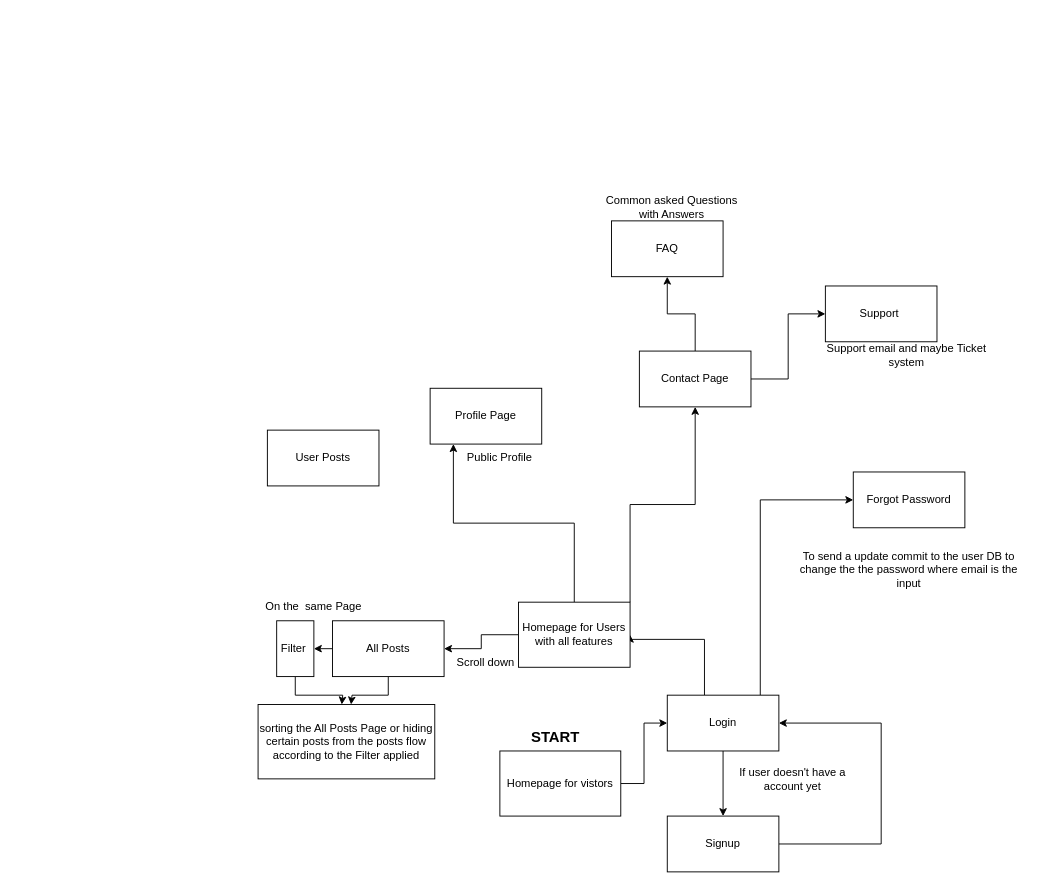
sonnabananana/website keeps this draw.io diagram as Website_flow.drawio. Above is the earlier version. Source tidied: cells renumbered, new cells numbered last; positions are measured from the earlier drawing's top-left corner, leaving out a move shared by most shapes. Both pictures are drawn from the tidied source at 93%, with x=0, y=0 at pixel (248, 193).
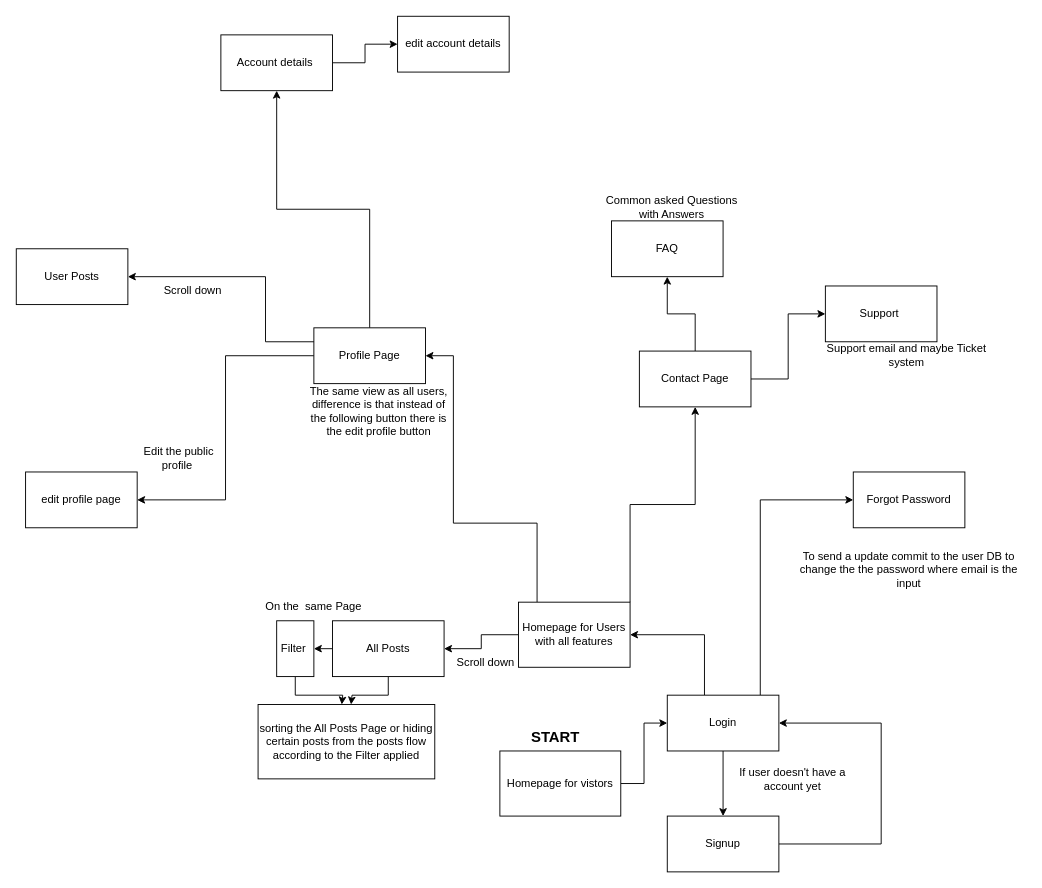
After the change.

Unchanged cells that the change refers to:
```xml
<mxCell id="7" value="Login" style="rounded=0;whiteSpace=wrap;html=1;" parent="1" vertex="1">
  <mxGeometry x="450" y="540" width="120" height="60" as="geometry" />
</mxCell>
<mxCell id="14" value="Homepage for Users with all features" style="rounded=0;whiteSpace=wrap;html=1;" parent="1" vertex="1">
  <mxGeometry x="290" y="440" width="120" height="70" as="geometry" />
</mxCell>
<mxCell id="21" value="Forgot Password" style="rounded=0;whiteSpace=wrap;html=1;" parent="1" vertex="1">
  <mxGeometry x="650" y="300" width="120" height="60" as="geometry" />
</mxCell>
```

What changed in the source:
```diff
@@
+    <mxCell id="6" style="edgeStyle=orthogonalEdgeStyle;rounded=0;jettySize=auto;html=1;entryX=0;entryY=0.5;entryDx=0;entryDy=0;" parent="1" edge="1" source="7" target="21">
+      <mxGeometry relative="1" as="geometry">
+        <Array as="points">
+          <mxPoint x="550" y="330" />
+        </Array>
+      </mxGeometry>
+    </mxCell>
     <mxCell id="5" style="edgeStyle=orthogonalEdgeStyle;rounded=0;jettySize=auto;html=1;entryX=1;entryY=0.5;entryDx=0;entryDy=0;" parent="1" edge="1" source="7" target="14">
       <mxGeometry relative="1" as="geometry">
         <Array as="points">
-          <mxPoint x="490" y="480" />
+          <mxPoint x="490" y="475" />
         </Array>
       </mxGeometry>
     </mxCell>
-    <mxCell id="6" style="edgeStyle=orthogonalEdgeStyle;rounded=0;jettySize=auto;html=1;entryX=0;entryY=0.5;entryDx=0;entryDy=0;" parent="1" edge="1" source="7" target="21">
-      <mxGeometry relative="1" as="geometry">
-        <Array as="points">
-          <mxPoint x="550" y="330" />
-        </Array>
-      </mxGeometry>
-    </mxCell>
@@
     <mxCell id="13" style="edgeStyle=orthogonalEdgeStyle;rounded=0;jettySize=auto;html=1;" parent="1" edge="1" source="14" target="33">
       <mxGeometry relative="1" as="geometry">
         <Array as="points">
-          <mxPoint x="350" y="355" />
+          <mxPoint x="310" y="355" />
           <mxPoint x="220" y="355" />
+          <mxPoint x="220" y="175" />
         </Array>
       </mxGeometry>
     </mxCell>
@@
+    <mxCell id="36" style="edgeStyle=orthogonalEdgeStyle;rounded=0;jettySize=auto;html=1;entryX=1;entryY=0.5;entryDx=0;entryDy=0;" parent="1" edge="1" target="34">
+      <mxGeometry relative="1" as="geometry">
+        <mxPoint x="75" y="180" as="sourcePoint" />
+        <Array as="points">
+          <mxPoint x="75" y="160" />
+          <mxPoint x="18" y="160" />
+          <mxPoint x="18" y="90" />
+        </Array>
+      </mxGeometry>
+    </mxCell>
+    <mxCell id="37" style="edgeStyle=orthogonalEdgeStyle;rounded=0;jettySize=auto;html=1;exitX=0;exitY=0.5;exitDx=0;exitDy=0;entryX=1;entryY=0.5;entryDx=0;entryDy=0;" parent="1" edge="1" source="33" target="40">
+      <mxGeometry relative="1" as="geometry" />
+    </mxCell>
+    <mxCell id="38" style="edgeStyle=orthogonalEdgeStyle;rounded=0;jettySize=auto;html=1;" parent="1" edge="1" source="33" target="44">
+      <mxGeometry relative="1" as="geometry" />
+    </mxCell>
     <mxCell id="33" value="Profile Page" style="rounded=0;whiteSpace=wrap;html=1;" parent="1" vertex="1">
-      <mxGeometry x="195" y="210" width="120" height="60" as="geometry" />
+      <mxGeometry x="70" y="145" width="120" height="60" as="geometry" />
     </mxCell>
     <mxCell id="34" value="User Posts" style="rounded=0;whiteSpace=wrap;html=1;" parent="1" vertex="1">
-      <mxGeometry x="20" y="255" width="120" height="60" as="geometry" />
+      <mxGeometry x="-250" y="60" width="120" height="60" as="geometry" />
     </mxCell>
-    <mxCell id="35" value="Public Profile" style="text;html=1;strokeColor=none;fillColor=none;align=center;verticalAlign=middle;whiteSpace=wrap;rounded=0;" parent="1" vertex="1">
-      <mxGeometry x="230" y="270" width="80" height="30" as="geometry" />
-    </mxCell>
+    <mxCell id="39" value="Scroll down" style="text;html=1;strokeColor=none;fillColor=none;align=center;verticalAlign=middle;whiteSpace=wrap;rounded=0;" parent="1" vertex="1">
+      <mxGeometry x="-100" y="90" width="80" height="30" as="geometry" />
+    </mxCell>
+    <mxCell id="40" value="edit profile page" style="rounded=0;whiteSpace=wrap;html=1;" parent="1" vertex="1">
+      <mxGeometry x="-240" y="300" width="120" height="60" as="geometry" />
+    </mxCell>
+    <mxCell id="41" value="The same view as all users, difference is that instead of the following button there is the edit profile button" style="text;html=1;strokeColor=none;fillColor=none;align=center;verticalAlign=middle;whiteSpace=wrap;rounded=0;" parent="1" vertex="1">
+      <mxGeometry x="60" y="220" width="160" height="30" as="geometry" />
+    </mxCell>
+    <mxCell id="42" value="Edit the public profile&amp;nbsp;" style="text;html=1;strokeColor=none;fillColor=none;align=center;verticalAlign=middle;whiteSpace=wrap;rounded=0;" parent="1" vertex="1">
+      <mxGeometry x="-120" y="270" width="90" height="30" as="geometry" />
+    </mxCell>
+    <mxCell id="43" style="edgeStyle=orthogonalEdgeStyle;rounded=0;jettySize=auto;html=1;entryX=0;entryY=0.5;entryDx=0;entryDy=0;" parent="1" edge="1" source="44" target="45">
+      <mxGeometry relative="1" as="geometry" />
+    </mxCell>
+    <mxCell id="44" value="Account details&amp;nbsp;" style="rounded=0;whiteSpace=wrap;html=1;" parent="1" vertex="1">
+      <mxGeometry x="-30" y="-170" width="120" height="60" as="geometry" />
+    </mxCell>
+    <mxCell id="45" value="edit account details" style="rounded=0;whiteSpace=wrap;html=1;" parent="1" vertex="1">
+      <mxGeometry x="160" y="-190" width="120" height="60" as="geometry" />
+    </mxCell>
```
